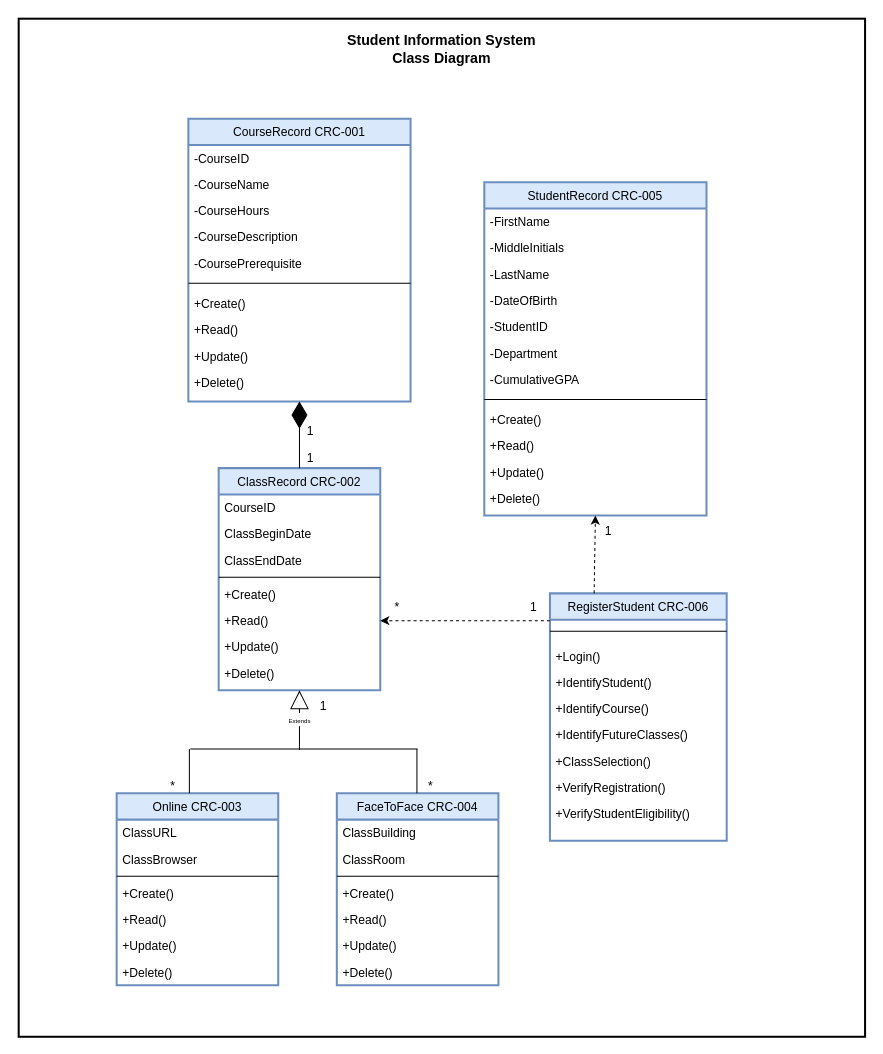
Above: 4-1-Assignment.drawio in kincaidtk901/Workspace (draw.io), before the change. Source tidied: cells renumbered, new cells numbered last; positions are measured from the earlier drawing's top-left corner, leaving out a move shared by most shapes. Both pictures are drawn from the tidied source at 101%, with x=0, y=0 at pixel (18, 18).
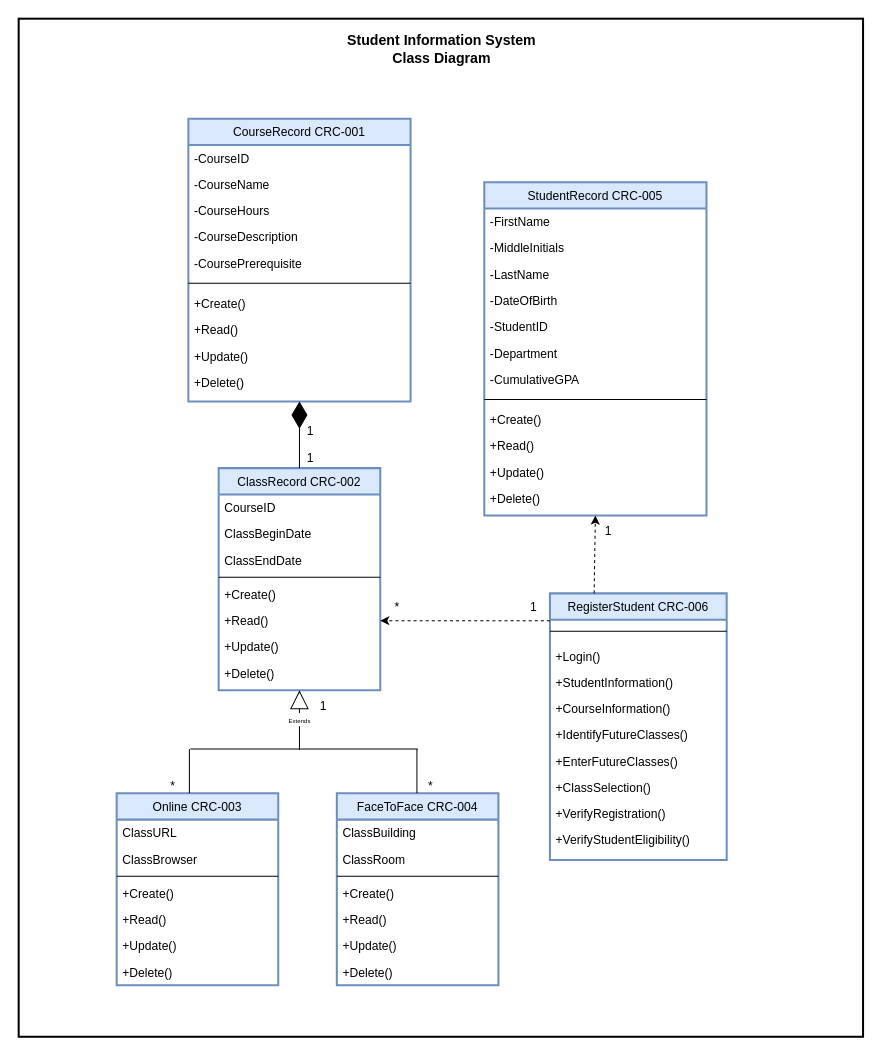
The same diagram, later.

Diff of the diagram source:
```diff
@@
     <mxCell id="52" value="RegisterStudent CRC-006" style="swimlane;fontStyle=0;align=center;verticalAlign=top;horizontal=1;startSize=26;rounded=0;shadow=0;strokeWidth=2;fillColor=#dae8fc;strokeColor=#6c8ebf;" parent="1" vertex="1">
-      <mxGeometry x="526" y="569" width="175" height="245" as="geometry" />
+      <mxGeometry x="526" y="569" width="175" height="264" as="geometry" />
     </mxCell>
@@
-    <mxCell id="55" value="+IdentifyStudent()" style="text;align=left;verticalAlign=top;spacingLeft=4;spacingRight=4;overflow=hidden;" parent="52" vertex="1">
+    <mxCell id="55" value="+StudentInformation()" style="text;align=left;verticalAlign=top;spacingLeft=4;spacingRight=4;overflow=hidden;" parent="52" vertex="1">
       <mxGeometry y="75" width="175" height="26" as="geometry" />
     </mxCell>
-    <mxCell id="56" value="+IdentifyCourse()" style="text;align=left;verticalAlign=top;spacingLeft=4;spacingRight=4;overflow=hidden;" parent="52" vertex="1">
+    <mxCell id="56" value="+CourseInformation()" style="text;align=left;verticalAlign=top;spacingLeft=4;spacingRight=4;overflow=hidden;" parent="52" vertex="1">
       <mxGeometry y="101" width="175" height="26" as="geometry" />
     </mxCell>
@@
+    <mxCell id="77" value="+EnterFutureClasses()" style="text;align=left;verticalAlign=top;spacingLeft=4;spacingRight=4;overflow=hidden;" parent="52" vertex="1">
+      <mxGeometry y="153" width="175" height="26" as="geometry" />
+    </mxCell>
     <mxCell id="58" value="+ClassSelection()" style="text;align=left;verticalAlign=top;spacingLeft=4;spacingRight=4;overflow=hidden;" parent="52" vertex="1">
-      <mxGeometry y="153" width="175" height="26" as="geometry" />
+      <mxGeometry y="179" width="175" height="26" as="geometry" />
     </mxCell>
     <mxCell id="59" value="+VerifyRegistration()" style="text;align=left;verticalAlign=top;spacingLeft=4;spacingRight=4;overflow=hidden;" parent="52" vertex="1">
-      <mxGeometry y="179" width="175" height="26" as="geometry" />
+      <mxGeometry y="205" width="175" height="26" as="geometry" />
     </mxCell>
     <mxCell id="60" value="+VerifyStudentEligibility()" style="text;align=left;verticalAlign=top;spacingLeft=4;spacingRight=4;overflow=hidden;" parent="52" vertex="1">
-      <mxGeometry y="205" width="175" height="26" as="geometry" />
+      <mxGeometry y="231" width="175" height="26" as="geometry" />
     </mxCell>
@@
     <mxCell id="65" style="rounded=0;whiteSpace=wrap;html=1;strokeWidth=2;fillColor=none;" parent="1" vertex="1">
-      <mxGeometry width="838" height="1008" as="geometry" />
+      <mxGeometry width="836" height="1008" as="geometry" />
     </mxCell>
```
